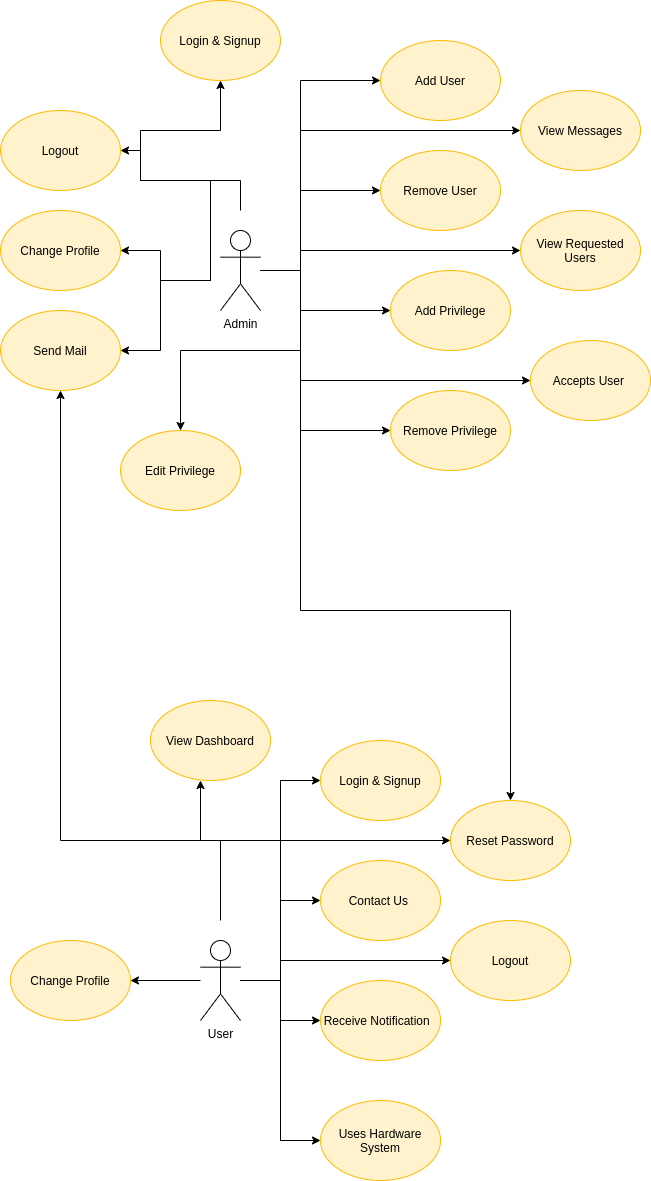
Earlier version of the draw.io export Diagrams/Operation_Scenario.png (BonyGeorge/Wheat-Impurities-System). Source tidied: cells renumbered, new cells last; positions are measured from the earlier drawing's top-left corner, leaving out a move shared by most shapes.
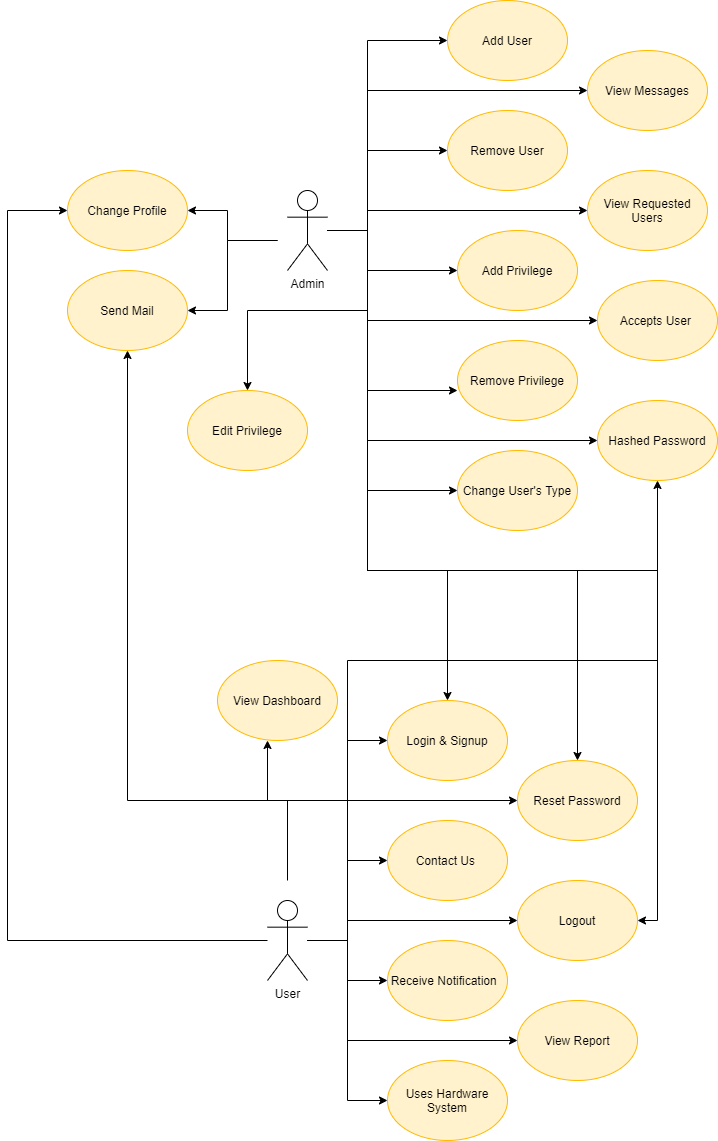
The same diagram one commit later.

Commit message:
diagrams III

Diff of the diagram source:
```diff
@@ -20,7 +20,7 @@
       <mxGeometry x="380" y="40" width="120" height="80" as="geometry" />
     </mxCell>
     <mxCell id="6" value="Remove Privilege" style="ellipse;whiteSpace=wrap;html=1;fillColor=#fff2cc;strokeColor=#FFBA01;" parent="1" vertex="1">
-      <mxGeometry x="390" y="390" width="120" height="80" as="geometry" />
+      <mxGeometry x="390" y="380" width="120" height="80" as="geometry" />
     </mxCell>
     <mxCell id="7" value="Add Privilege" style="ellipse;whiteSpace=wrap;html=1;fillColor=#fff2cc;strokeColor=#FFBA01;" parent="1" vertex="1">
       <mxGeometry x="390" y="270" width="120" height="80" as="geometry" />
@@ -46,9 +46,10 @@
         </Array>
       </mxGeometry>
     </mxCell>
-    <mxCell id="11" style="edgeStyle=orthogonalEdgeStyle;rounded=0;jettySize=auto;html=1;entryX=0;entryY=0.5;entryDx=0;entryDy=0;" parent="1" edge="1" target="6">
+    <mxCell id="11" style="edgeStyle=orthogonalEdgeStyle;rounded=0;orthogonalLoop=1;jettySize=auto;html=1;" parent="1" edge="1">
       <mxGeometry relative="1" as="geometry">
         <mxPoint x="260" y="270" as="sourcePoint" />
+        <mxPoint x="390" y="430" as="targetPoint" />
         <Array as="points">
           <mxPoint x="300" y="270" />
           <mxPoint x="300" y="430" />
@@ -122,22 +123,8 @@
         </Array>
       </mxGeometry>
     </mxCell>
-    <mxCell id="24" value="Login &amp;amp; Signup" style="ellipse;whiteSpace=wrap;html=1;fillColor=#fff2cc;strokeColor=#FFBA01;" parent="1" vertex="1">
-      <mxGeometry x="160" width="120" height="80" as="geometry" />
-    </mxCell>
-    <mxCell id="25" style="edgeStyle=orthogonalEdgeStyle;rounded=0;jettySize=auto;html=1;entryX=0.5;entryY=1;entryDx=0;entryDy=0;" parent="1" edge="1" target="24">
-      <mxGeometry relative="1" as="geometry">
-        <mxPoint x="240" y="210" as="sourcePoint" />
-        <Array as="points">
-          <mxPoint x="240" y="180" />
-          <mxPoint x="140" y="180" />
-          <mxPoint x="140" y="130" />
-          <mxPoint x="220" y="130" />
-        </Array>
-      </mxGeometry>
-    </mxCell>
     <mxCell id="26" value="Accepts User&amp;nbsp;" style="ellipse;whiteSpace=wrap;html=1;fillColor=#fff2cc;strokeColor=#FFBA01;" parent="1" vertex="1">
-      <mxGeometry x="530" y="340" width="120" height="80" as="geometry" />
+      <mxGeometry x="530" y="320" width="120" height="80" as="geometry" />
     </mxCell>
     <mxCell id="27" value="View Requested Users" style="ellipse;whiteSpace=wrap;html=1;fillColor=#fff2cc;strokeColor=#FFBA01;" parent="1" vertex="1">
       <mxGeometry x="520" y="210" width="120" height="80" as="geometry" />
@@ -180,16 +167,17 @@
         <mxPoint x="260" y="270" as="sourcePoint" />
         <Array as="points">
           <mxPoint x="300" y="270" />
-          <mxPoint x="300" y="380" />
+          <mxPoint x="300" y="360" />
         </Array>
       </mxGeometry>
     </mxCell>
-    <mxCell id="34" value="Change Profile" style="ellipse;whiteSpace=wrap;html=1;fillColor=#fff2cc;strokeColor=#FFBA01;" parent="1" vertex="1">
-      <mxGeometry x="10" y="940" width="120" height="80" as="geometry" />
-    </mxCell>
-    <mxCell id="35" style="edgeStyle=orthogonalEdgeStyle;rounded=0;jettySize=auto;html=1;entryX=1;entryY=0.5;entryDx=0;entryDy=0;" parent="1" edge="1" target="34">
+    <mxCell id="35" style="edgeStyle=orthogonalEdgeStyle;rounded=0;jettySize=auto;html=1;entryX=0;entryY=0.5;entryDx=0;entryDy=0;" parent="1" edge="1" target="29">
       <mxGeometry relative="1" as="geometry">
         <mxPoint x="200" y="980" as="sourcePoint" />
+        <Array as="points">
+          <mxPoint x="-60" y="980" />
+          <mxPoint x="-60" y="250" />
+        </Array>
       </mxGeometry>
     </mxCell>
     <mxCell id="36" value="Reset Password" style="ellipse;whiteSpace=wrap;html=1;fillColor=#fff2cc;strokeColor=#FFBA01;" parent="1" vertex="1">
@@ -216,26 +204,12 @@
         </Array>
       </mxGeometry>
     </mxCell>
-    <mxCell id="40" value="Logout" style="ellipse;whiteSpace=wrap;html=1;fillColor=#fff2cc;strokeColor=#FFBA01;" parent="1" vertex="1">
-      <mxGeometry y="110" width="120" height="80" as="geometry" />
-    </mxCell>
-    <mxCell id="41" style="edgeStyle=orthogonalEdgeStyle;rounded=0;jettySize=auto;html=1;entryX=1;entryY=0.5;entryDx=0;entryDy=0;" parent="1" edge="1" target="40">
-      <mxGeometry relative="1" as="geometry">
-        <mxPoint x="180" y="280" as="sourcePoint" />
-        <Array as="points">
-          <mxPoint x="210" y="280" />
-          <mxPoint x="210" y="180" />
-          <mxPoint x="140" y="180" />
-          <mxPoint x="140" y="150" />
-        </Array>
-      </mxGeometry>
-    </mxCell>
     <mxCell id="42" value="Send Mail" style="ellipse;whiteSpace=wrap;html=1;fillColor=#fff2cc;strokeColor=#FFBA01;" parent="1" vertex="1">
       <mxGeometry y="310" width="120" height="80" as="geometry" />
     </mxCell>
     <mxCell id="43" style="edgeStyle=orthogonalEdgeStyle;rounded=0;jettySize=auto;html=1;entryX=1;entryY=0.5;entryDx=0;entryDy=0;" parent="1" edge="1" target="42">
       <mxGeometry relative="1" as="geometry">
-        <mxPoint x="210" y="270" as="sourcePoint" />
+        <mxPoint x="210" y="280" as="sourcePoint" />
         <Array as="points">
           <mxPoint x="210" y="280" />
           <mxPoint x="160" y="280" />
@@ -262,5 +236,74 @@
         </Array>
       </mxGeometry>
     </mxCell>
+    <mxCell id="46" value="Change User's Type" style="ellipse;whiteSpace=wrap;html=1;fillColor=#fff2cc;strokeColor=#FFBA01;" parent="1" vertex="1">
+      <mxGeometry x="390" y="490" width="120" height="80" as="geometry" />
+    </mxCell>
+    <mxCell id="47" value="Hashed Password" style="ellipse;whiteSpace=wrap;html=1;fillColor=#fff2cc;strokeColor=#FFBA01;" parent="1" vertex="1">
+      <mxGeometry x="530" y="440" width="120" height="80" as="geometry" />
+    </mxCell>
+    <mxCell id="48" style="edgeStyle=orthogonalEdgeStyle;rounded=0;jettySize=auto;html=1;entryX=0;entryY=0.5;entryDx=0;entryDy=0;" parent="1" edge="1" target="46">
+      <mxGeometry relative="1" as="geometry">
+        <mxPoint x="260" y="270" as="sourcePoint" />
+        <Array as="points">
+          <mxPoint x="300" y="270" />
+          <mxPoint x="300" y="530" />
+        </Array>
+      </mxGeometry>
+    </mxCell>
+    <mxCell id="49" style="edgeStyle=orthogonalEdgeStyle;rounded=0;jettySize=auto;html=1;entryX=0;entryY=0.5;entryDx=0;entryDy=0;" parent="1" edge="1" target="47">
+      <mxGeometry relative="1" as="geometry">
+        <mxPoint x="270" y="270" as="sourcePoint" />
+        <Array as="points">
+          <mxPoint x="270" y="270" />
+          <mxPoint x="300" y="270" />
+          <mxPoint x="300" y="480" />
+        </Array>
+      </mxGeometry>
+    </mxCell>
+    <mxCell id="50" style="edgeStyle=orthogonalEdgeStyle;rounded=0;jettySize=auto;html=1;entryX=0.5;entryY=1;entryDx=0;entryDy=0;" parent="1" edge="1" target="47">
+      <mxGeometry relative="1" as="geometry">
+        <mxPoint x="250" y="980" as="sourcePoint" />
+        <Array as="points">
+          <mxPoint x="280" y="700" />
+          <mxPoint x="590" y="700" />
+        </Array>
+      </mxGeometry>
+    </mxCell>
+    <mxCell id="51" style="edgeStyle=orthogonalEdgeStyle;rounded=0;jettySize=auto;html=1;entryX=1;entryY=0.5;entryDx=0;entryDy=0;" parent="1" edge="1" target="38">
+      <mxGeometry relative="1" as="geometry">
+        <mxPoint x="260" y="270" as="sourcePoint" />
+        <Array as="points">
+          <mxPoint x="260" y="270" />
+          <mxPoint x="300" y="270" />
+          <mxPoint x="300" y="610" />
+          <mxPoint x="590" y="610" />
+          <mxPoint x="590" y="960" />
+        </Array>
+      </mxGeometry>
+    </mxCell>
+    <mxCell id="52" value="View Report" style="ellipse;whiteSpace=wrap;html=1;fillColor=#fff2cc;strokeColor=#FFBA01;" parent="1" vertex="1">
+      <mxGeometry x="450" y="1040" width="120" height="80" as="geometry" />
+    </mxCell>
+    <mxCell id="53" style="edgeStyle=orthogonalEdgeStyle;rounded=0;jettySize=auto;html=1;entryX=0;entryY=0.5;entryDx=0;entryDy=0;" parent="1" edge="1" target="52">
+      <mxGeometry relative="1" as="geometry">
+        <mxPoint x="250" y="980" as="sourcePoint" />
+        <Array as="points">
+          <mxPoint x="250" y="980" />
+          <mxPoint x="280" y="980" />
+          <mxPoint x="280" y="1080" />
+        </Array>
+      </mxGeometry>
+    </mxCell>
+    <mxCell id="54" style="edgeStyle=orthogonalEdgeStyle;rounded=0;jettySize=auto;html=1;" parent="1" edge="1" target="16">
+      <mxGeometry relative="1" as="geometry">
+        <mxPoint x="270" y="270" as="sourcePoint" />
+        <Array as="points">
+          <mxPoint x="300" y="270" />
+          <mxPoint x="300" y="610" />
+          <mxPoint x="380" y="610" />
+        </Array>
+      </mxGeometry>
+    </mxCell>
   </root>
 </mxGraphModel>
```
